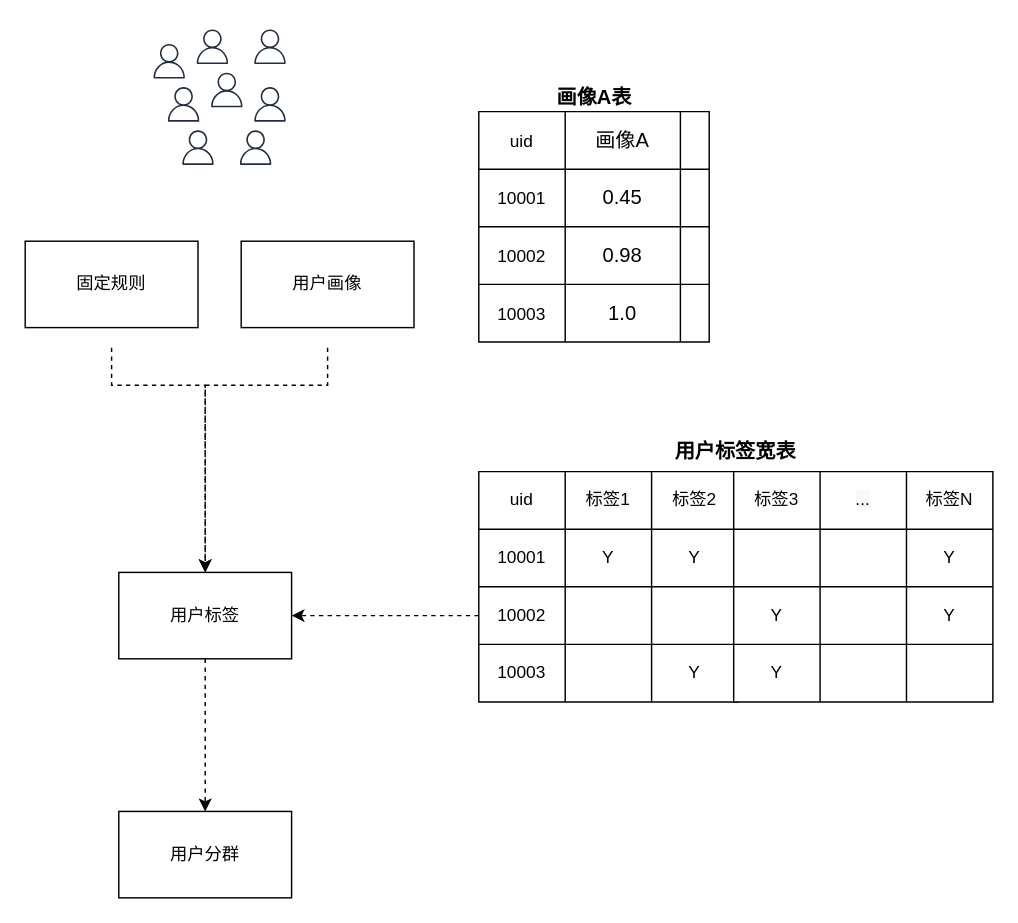
Before: 用户分群.drawio in chenjinying1988/diagrams, a draw.io diagram. Source tidied: cells renumbered, new cells numbered last; positions are measured from the earlier drawing's top-left corner, leaving out a move shared by most shapes. Both pictures are drawn from the tidied source at 144%, with x=0, y=0 at pixel (24, 24).
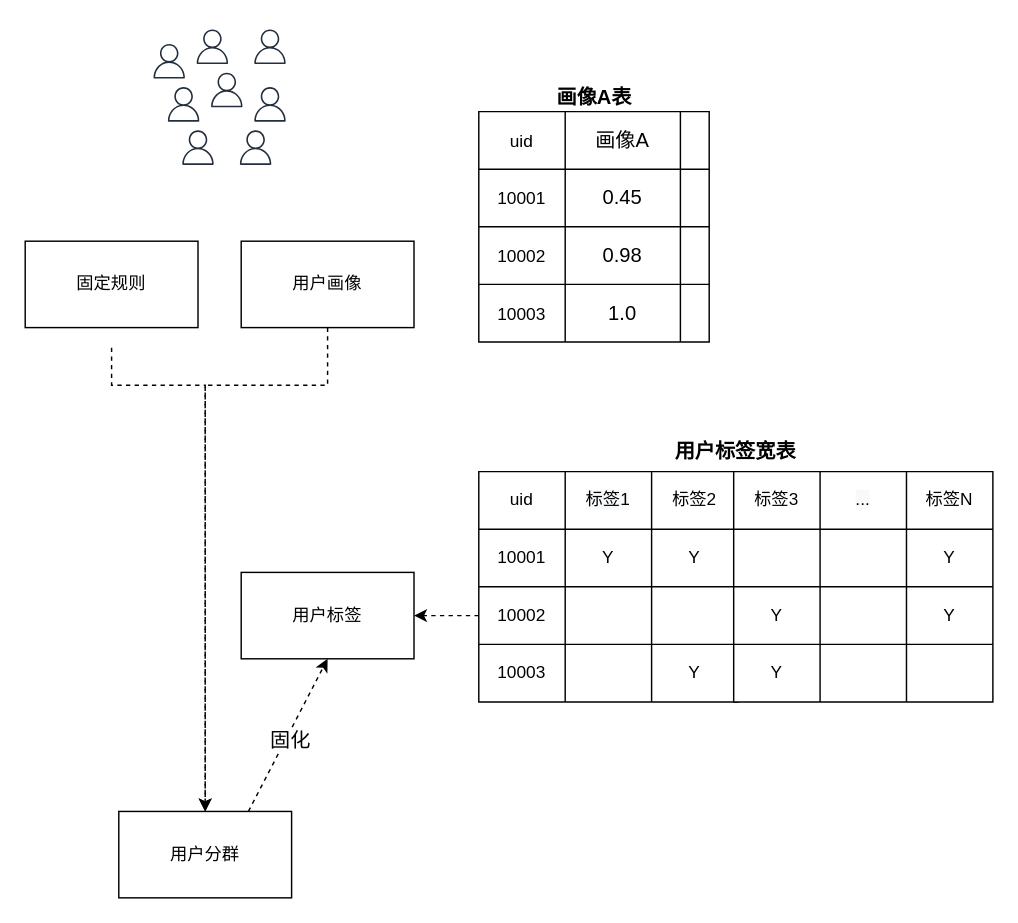
The same diagram, later.

Commit message:
更新用户分群.drawio

The change refers to these unchanged cells:
```xml
<mxCell id="12" value="用户画像" style="rounded=0;whiteSpace=wrap;html=1;" parent="1" vertex="1">
  <mxGeometry x="150" y="150" width="120" height="60" as="geometry" />
</mxCell>
<mxCell id="17" value="用户分群" style="rounded=0;whiteSpace=wrap;html=1;" parent="1" vertex="1">
  <mxGeometry x="65" y="546" width="120" height="60" as="geometry" />
</mxCell>
```

Diff of the diagram source:
```diff
@@
-    <mxCell id="11" style="edgeStyle=orthogonalEdgeStyle;rounded=0;jettySize=auto;html=1;exitX=0.5;exitY=1;exitDx=0;exitDy=0;entryX=0.5;entryY=0;entryDx=0;entryDy=0;dashed=1;fontSize=14;" parent="1" edge="1" target="16">
-      <mxGeometry relative="1" as="geometry">
-        <mxPoint x="210" y="224" as="sourcePoint" />
-        <Array as="points">
-          <mxPoint x="210" y="250" />
-          <mxPoint x="125" y="250" />
-        </Array>
-      </mxGeometry>
-    </mxCell>
+    <mxCell id="72" style="edgeStyle=orthogonalEdgeStyle;rounded=0;jettySize=auto;html=1;entryX=0.5;entryY=0;entryDx=0;entryDy=0;dashed=1;fontSize=14;" parent="1" edge="1" source="12" target="17">
+      <mxGeometry relative="1" as="geometry">
+        <Array as="points">
+          <mxPoint x="210" y="250" />
+          <mxPoint x="125" y="250" />
+        </Array>
+      </mxGeometry>
+    </mxCell>
@@
-    <mxCell id="13" style="edgeStyle=orthogonalEdgeStyle;rounded=0;jettySize=auto;html=1;entryX=0.5;entryY=0;entryDx=0;entryDy=0;dashed=1;fontSize=14;" parent="1" edge="1" target="16">
+    <mxCell id="13" style="edgeStyle=orthogonalEdgeStyle;rounded=0;jettySize=auto;html=1;entryX=0.5;entryY=0;entryDx=0;entryDy=0;dashed=1;fontSize=14;" parent="1" edge="1" target="17">
       <mxGeometry relative="1" as="geometry">
         <mxPoint x="60" y="224" as="sourcePoint" />
         <Array as="points">
           <mxPoint x="60" y="250" />
           <mxPoint x="125" y="250" />
         </Array>
       </mxGeometry>
     </mxCell>
@@
-    <mxCell id="15" style="edgeStyle=orthogonalEdgeStyle;rounded=0;jettySize=auto;html=1;entryX=0.5;entryY=0;entryDx=0;entryDy=0;dashed=1;fontSize=14;" parent="1" edge="1" source="16" target="17">
-      <mxGeometry relative="1" as="geometry" />
-    </mxCell>
     <mxCell id="16" value="用户标签" style="rounded=0;whiteSpace=wrap;html=1;" parent="1" vertex="1">
-      <mxGeometry x="65" y="380" width="120" height="60" as="geometry" />
+      <mxGeometry x="150" y="380" width="120" height="60" as="geometry" />
     </mxCell>
+    <mxCell id="73" style="rounded=0;jettySize=auto;html=1;exitX=0.75;exitY=0;exitDx=0;exitDy=0;entryX=0.5;entryY=1;entryDx=0;entryDy=0;dashed=1;fontSize=14;" parent="1" edge="1" source="17" target="16">
+      <mxGeometry relative="1" as="geometry" />
+    </mxCell>
+    <mxCell id="74" value="固化" style="edgeLabel;html=1;align=center;verticalAlign=middle;fontSize=14;" parent="73" vertex="1">
+      <mxGeometry x="-0.04" y="-2" relative="1" as="geometry" />
+    </mxCell>
```
